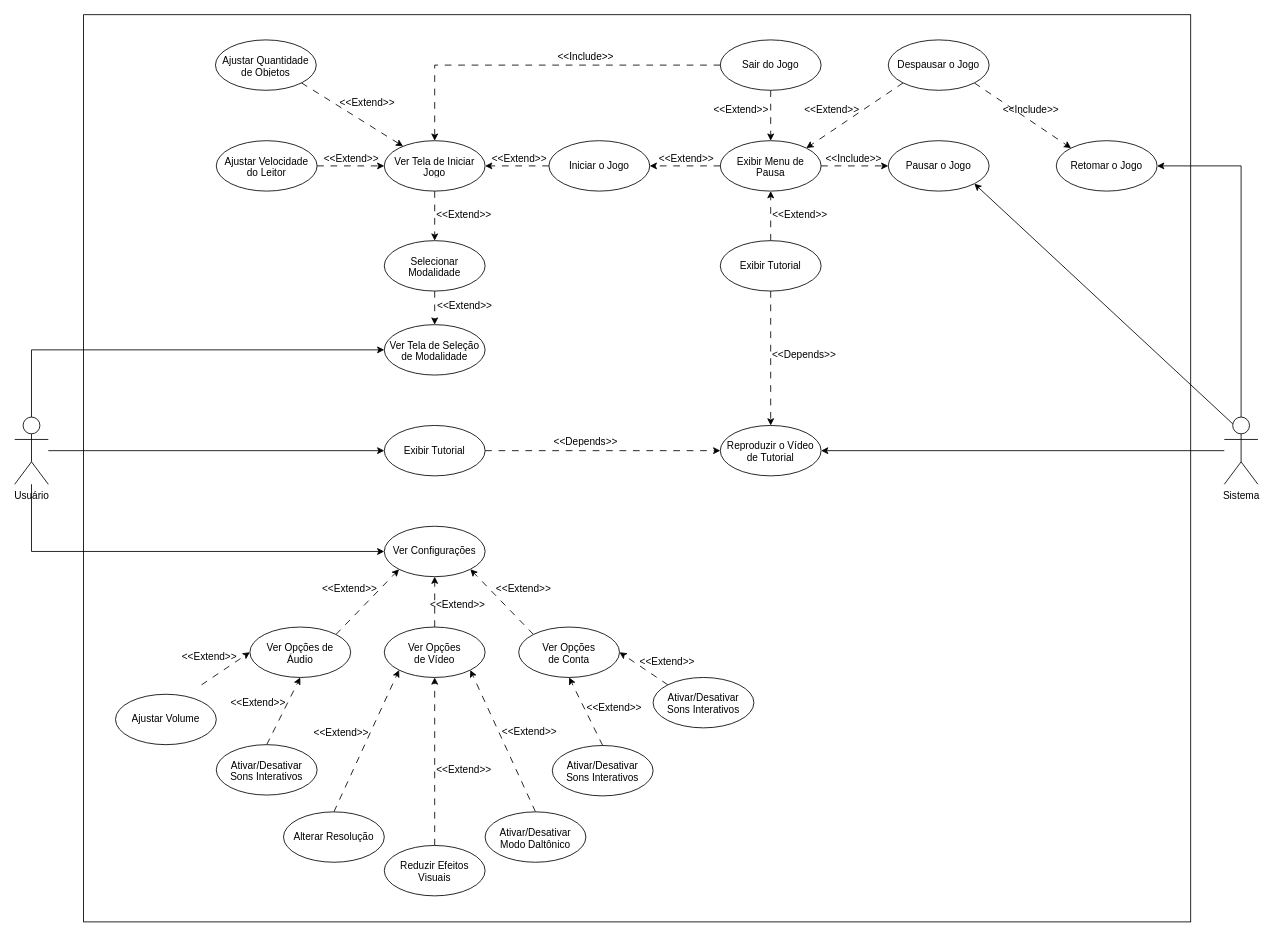
Above: Diagrama de Casos de Uso Versão 2.drawio in RaphaelYoshiki/TCC-Jogo-Auxilio-Dislexia (draw.io), before the change. Source tidied: cells renumbered, new cells numbered last; positions are measured from the earlier drawing's top-left corner, leaving out a move shared by most shapes. Both pictures are drawn from the tidied source at 84%, with x=0, y=0 at pixel (14, 14).
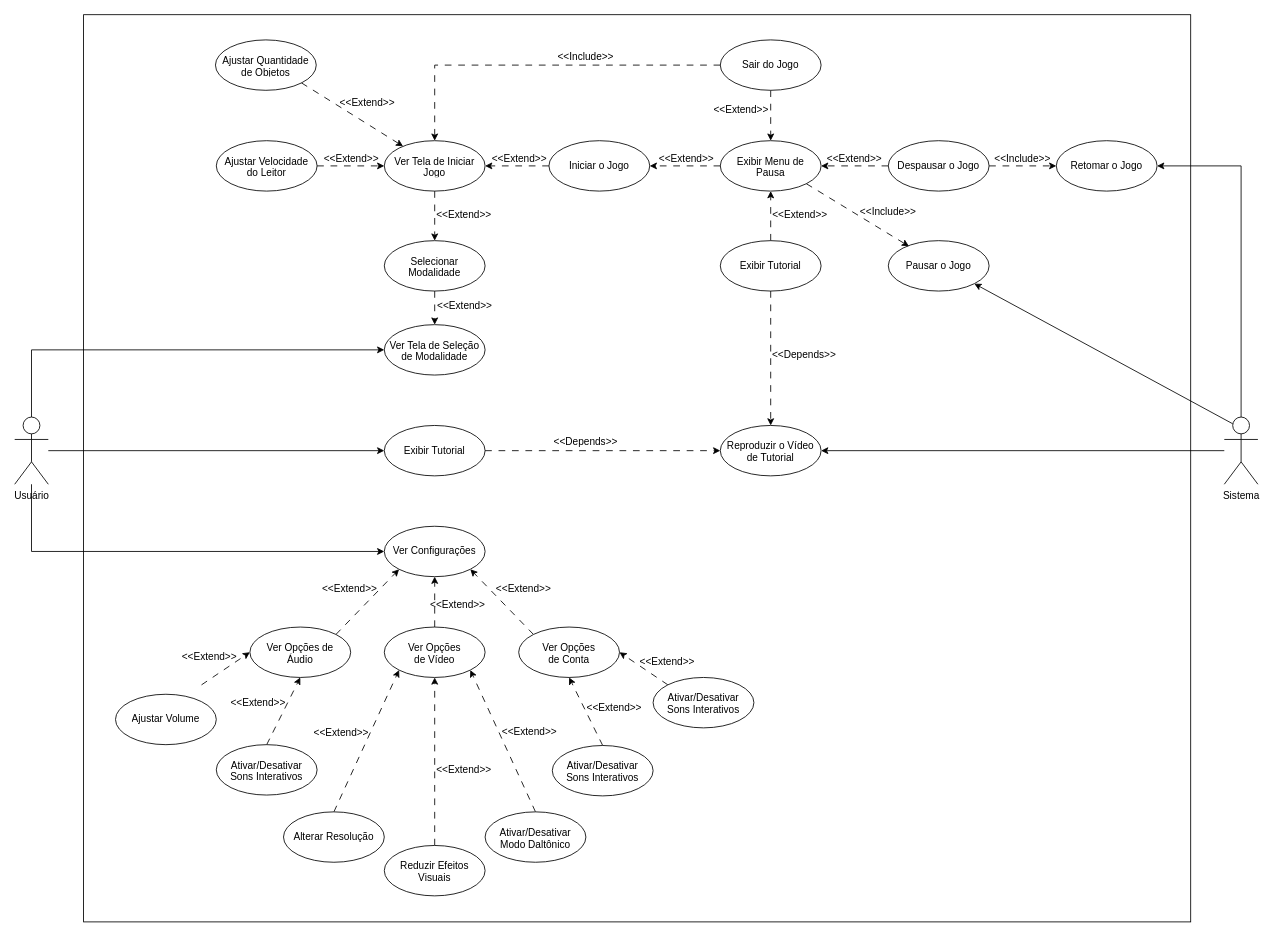
The same diagram, later.

The change refers to these unchanged cells:
```xml
<mxCell id="82" style="ellipse;whiteSpace=wrap;html=1;" parent="1" vertex="1">
  <mxGeometry x="840" y="150" width="120" height="60" as="geometry" />
</mxCell>
<mxCell id="85" value="Exibir Menu de Pausa" style="text;strokeColor=none;fillColor=none;align=center;verticalAlign=middle;spacingLeft=4;spacingRight=4;overflow=hidden;points=[[0,0.5],[1,0.5]];portConstraint=eastwest;whiteSpace=wrap;html=1;" parent="1" vertex="1">
  <mxGeometry x="840" y="165" width="120" height="30" as="geometry" />
</mxCell>
<mxCell id="94" style="ellipse;whiteSpace=wrap;html=1;" parent="1" vertex="1">
  <mxGeometry x="1240" y="150" width="120" height="60" as="geometry" />
</mxCell>
<mxCell id="95" value="Retomar o Jogo" style="text;strokeColor=none;fillColor=none;align=center;verticalAlign=middle;spacingLeft=4;spacingRight=4;overflow=hidden;points=[[0,0.5],[1,0.5]];portConstraint=eastwest;whiteSpace=wrap;html=1;" parent="1" vertex="1">
  <mxGeometry x="1240" y="165" width="120" height="30" as="geometry" />
</mxCell>
```

The edit, as a diff of the source:
```diff
@@
+    <mxCell id="108" style="rounded=0;whiteSpace=wrap;html=1;fillColor=none;" parent="1" vertex="1">
+      <mxGeometry x="82" width="1318" height="1080" as="geometry" />
+    </mxCell>
@@
     <mxCell id="80" style="ellipse;whiteSpace=wrap;html=1;" parent="1" vertex="1">
-      <mxGeometry x="1040" y="150" width="120" height="60" as="geometry" />
+      <mxGeometry x="1040" y="269" width="120" height="60" as="geometry" />
     </mxCell>
     <mxCell id="81" value="Pausar o Jogo" style="text;strokeColor=none;fillColor=none;align=center;verticalAlign=middle;spacingLeft=4;spacingRight=4;overflow=hidden;points=[[0,0.5],[1,0.5]];portConstraint=eastwest;whiteSpace=wrap;html=1;" parent="1" vertex="1">
-      <mxGeometry x="1040" y="165" width="120" height="30" as="geometry" />
+      <mxGeometry x="1040" y="284" width="120" height="30" as="geometry" />
     </mxCell>
@@
-    <mxCell id="84" style="rounded=0;jettySize=auto;html=1;exitX=1;exitY=0.5;exitDx=0;exitDy=0;entryX=0;entryY=0.5;entryDx=0;entryDy=0;dashed=1;dashPattern=8 8;" parent="1" edge="1" source="85" target="81">
+    <mxCell id="84" style="rounded=0;jettySize=auto;html=1;exitX=1;exitY=1;exitDx=0;exitDy=0;entryX=0.205;entryY=0.111;entryDx=0;entryDy=0;dashed=1;dashPattern=8 8;entryPerimeter=0;" parent="1" edge="1" source="82" target="80">
       <mxGeometry relative="1" as="geometry" />
     </mxCell>
@@
     <mxCell id="93" value="&amp;lt;&amp;lt;Include&amp;gt;&amp;gt;" style="text;html=1;align=center;verticalAlign=middle;whiteSpace=wrap;rounded=0;direction=east;rotation=0;" parent="1" vertex="1">
-      <mxGeometry x="969" y="157" width="60" height="30" as="geometry" />
+      <mxGeometry x="1010" y="220" width="60" height="30" as="geometry" />
     </mxCell>
@@
-    <mxCell id="100" style="rounded=0;jettySize=auto;html=1;exitX=0;exitY=1;exitDx=0;exitDy=0;entryX=1;entryY=0;entryDx=0;entryDy=0;dashed=1;dashPattern=8 8;" parent="1" edge="1" source="102" target="82">
+    <mxCell id="100" style="rounded=0;jettySize=auto;html=1;exitX=0;exitY=0.5;exitDx=0;exitDy=0;entryX=1;entryY=0.5;entryDx=0;entryDy=0;dashed=1;dashPattern=8 8;" parent="1" edge="1" source="103" target="85">
       <mxGeometry relative="1" as="geometry" />
     </mxCell>
-    <mxCell id="101" style="rounded=0;jettySize=auto;html=1;exitX=1;exitY=1;exitDx=0;exitDy=0;entryX=0;entryY=0;entryDx=0;entryDy=0;dashed=1;dashPattern=8 8;" parent="1" edge="1" source="102" target="94">
+    <mxCell id="101" style="rounded=0;jettySize=auto;html=1;exitX=1;exitY=0.5;exitDx=0;exitDy=0;entryX=0;entryY=0.5;entryDx=0;entryDy=0;dashed=1;dashPattern=8 8;" parent="1" edge="1" source="103" target="95">
       <mxGeometry relative="1" as="geometry" />
     </mxCell>
     <mxCell id="102" style="ellipse;whiteSpace=wrap;html=1;" parent="1" vertex="1">
-      <mxGeometry x="1040" y="30" width="120" height="60" as="geometry" />
+      <mxGeometry x="1040" y="150" width="120" height="60" as="geometry" />
     </mxCell>
     <mxCell id="103" value="Despausar o Jogo" style="text;strokeColor=none;fillColor=none;align=center;verticalAlign=middle;spacingLeft=4;spacingRight=4;overflow=hidden;points=[[0,0.5],[1,0.5]];portConstraint=eastwest;whiteSpace=wrap;html=1;" parent="1" vertex="1">
-      <mxGeometry x="1040" y="45" width="120" height="30" as="geometry" />
+      <mxGeometry x="1040" y="165" width="120" height="30" as="geometry" />
     </mxCell>
     <mxCell id="104" value="&amp;lt;&amp;lt;Extend&amp;gt;&amp;gt;" style="text;html=1;align=center;verticalAlign=middle;whiteSpace=wrap;rounded=0;direction=east;rotation=0;" parent="1" vertex="1">
-      <mxGeometry x="943" y="99" width="60" height="30" as="geometry" />
+      <mxGeometry x="970" y="157" width="60" height="30" as="geometry" />
     </mxCell>
     <mxCell id="105" value="&amp;lt;&amp;lt;Include&amp;gt;&amp;gt;" style="text;html=1;align=center;verticalAlign=middle;whiteSpace=wrap;rounded=0;direction=east;rotation=0;" parent="1" vertex="1">
-      <mxGeometry x="1180" y="99" width="60" height="30" as="geometry" />
+      <mxGeometry x="1170" y="157" width="60" height="30" as="geometry" />
     </mxCell>
@@
-    <mxCell id="108" style="rounded=0;whiteSpace=wrap;html=1;fillColor=none;" parent="1" vertex="1">
-      <mxGeometry x="82" width="1318" height="1080" as="geometry" />
-    </mxCell>
```
